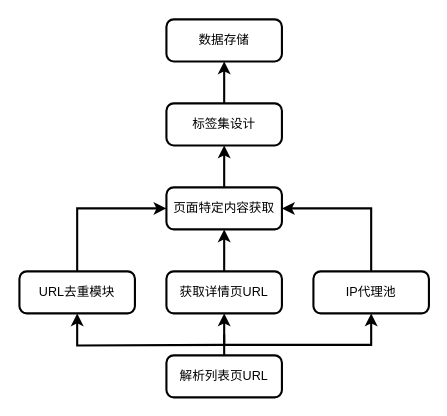
Earlier version of the draw.io diagram 爬虫的流程.drawio (Noeverer/Mindmap). Source tidied: cells renumbered, new cells numbered last; positions are measured from the earlier drawing's top-left corner, leaving out a move shared by most shapes. Both pictures are drawn from the tidied source at 105%, with x=0, y=0 at pixel (19, 19).
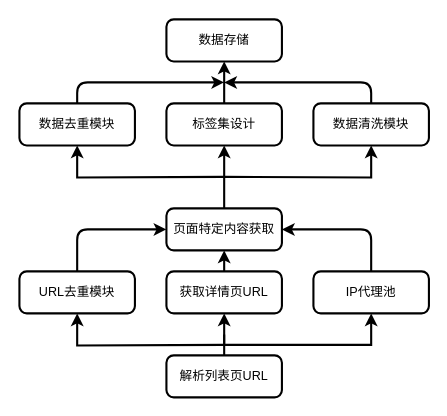
After the change.

Commit message (it also covers changes not shown here):
更新爬虫的流程.drawio

Unchanged cells that the change refers to:
```xml
<mxCell id="14" value="IP代理池" style="rounded=1;whiteSpace=wrap;html=1;absoluteArcSize=1;arcSize=14;strokeWidth=2;" parent="1" vertex="1">
  <mxGeometry x="280" y="240" width="110" height="40" as="geometry" />
</mxCell>
<mxCell id="16" value="URL去重模块" style="rounded=1;whiteSpace=wrap;html=1;absoluteArcSize=1;arcSize=14;strokeWidth=2;" parent="1" vertex="1">
  <mxGeometry y="240" width="110" height="40" as="geometry" />
</mxCell>
```

Change to the diagram source:
```diff
@@
+    <mxCell id="17" style="edgeStyle=orthogonalEdgeStyle;rounded=0;jettySize=auto;html=1;entryX=0.5;entryY=1;entryDx=0;entryDy=0;strokeWidth=2;" parent="1" edge="1" target="22">
+      <mxGeometry relative="1" as="geometry">
+        <mxPoint x="195" y="150" as="sourcePoint" />
+      </mxGeometry>
+    </mxCell>
+    <mxCell id="18" style="edgeStyle=orthogonalEdgeStyle;rounded=0;jettySize=auto;html=1;entryX=0.5;entryY=1;entryDx=0;entryDy=0;strokeWidth=2;" parent="1" edge="1" target="20">
+      <mxGeometry relative="1" as="geometry">
+        <mxPoint x="195" y="150" as="sourcePoint" />
+      </mxGeometry>
+    </mxCell>
     <mxCell id="9" value="页面特定内容获取" style="rounded=1;whiteSpace=wrap;html=1;absoluteArcSize=1;arcSize=14;strokeWidth=2;" parent="1" vertex="1">
-      <mxGeometry x="140" y="160" width="110" height="40" as="geometry" />
+      <mxGeometry x="140" y="180" width="110" height="40" as="geometry" />
     </mxCell>
@@
-    <mxCell id="13" style="edgeStyle=orthogonalEdgeStyle;rounded=0;jettySize=auto;html=1;exitX=0.5;exitY=0;exitDx=0;exitDy=0;entryX=1;entryY=0.5;entryDx=0;entryDy=0;strokeWidth=2;" parent="1" edge="1" source="14" target="9">
+    <mxCell id="13" style="edgeStyle=orthogonalEdgeStyle;rounded=1;jettySize=auto;html=1;exitX=0.5;exitY=0;exitDx=0;exitDy=0;entryX=1;entryY=0.5;entryDx=0;entryDy=0;strokeWidth=2;" parent="1" edge="1" source="14" target="9">
       <mxGeometry relative="1" as="geometry" />
     </mxCell>
@@
-    <mxCell id="15" style="edgeStyle=orthogonalEdgeStyle;rounded=0;jettySize=auto;html=1;exitX=0.5;exitY=0;exitDx=0;exitDy=0;entryX=0;entryY=0.5;entryDx=0;entryDy=0;strokeWidth=2;" parent="1" edge="1" source="16" target="9">
+    <mxCell id="15" style="edgeStyle=orthogonalEdgeStyle;rounded=1;jettySize=auto;html=1;exitX=0.5;exitY=0;exitDx=0;exitDy=0;entryX=0;entryY=0.5;entryDx=0;entryDy=0;strokeWidth=2;" parent="1" edge="1" source="16" target="9">
       <mxGeometry relative="1" as="geometry" />
     </mxCell>
@@
+    <mxCell id="19" style="edgeStyle=orthogonalEdgeStyle;rounded=1;jettySize=auto;html=1;exitX=0.5;exitY=0;exitDx=0;exitDy=0;startArrow=none;startFill=0;strokeWidth=2;" parent="1" edge="1" source="20">
+      <mxGeometry relative="1" as="geometry">
+        <mxPoint x="195" y="60" as="targetPoint" />
+        <Array as="points">
+          <mxPoint x="335" y="60" />
+        </Array>
+      </mxGeometry>
+    </mxCell>
+    <mxCell id="20" value="数据清洗模块" style="rounded=1;whiteSpace=wrap;html=1;absoluteArcSize=1;arcSize=14;strokeWidth=2;" parent="1" vertex="1">
+      <mxGeometry x="280" y="80" width="110" height="40" as="geometry" />
+    </mxCell>
+    <mxCell id="21" style="edgeStyle=orthogonalEdgeStyle;rounded=1;jettySize=auto;html=1;exitX=0.5;exitY=0;exitDx=0;exitDy=0;strokeWidth=2;startArrow=none;startFill=0;" parent="1" edge="1" source="22">
+      <mxGeometry relative="1" as="geometry">
+        <mxPoint x="195" y="60" as="targetPoint" />
+        <Array as="points">
+          <mxPoint x="55" y="60" />
+        </Array>
+      </mxGeometry>
+    </mxCell>
+    <mxCell id="22" value="数据去重模块" style="rounded=1;whiteSpace=wrap;html=1;absoluteArcSize=1;arcSize=14;strokeWidth=2;" parent="1" vertex="1">
+      <mxGeometry y="80" width="110" height="40" as="geometry" />
+    </mxCell>
```
